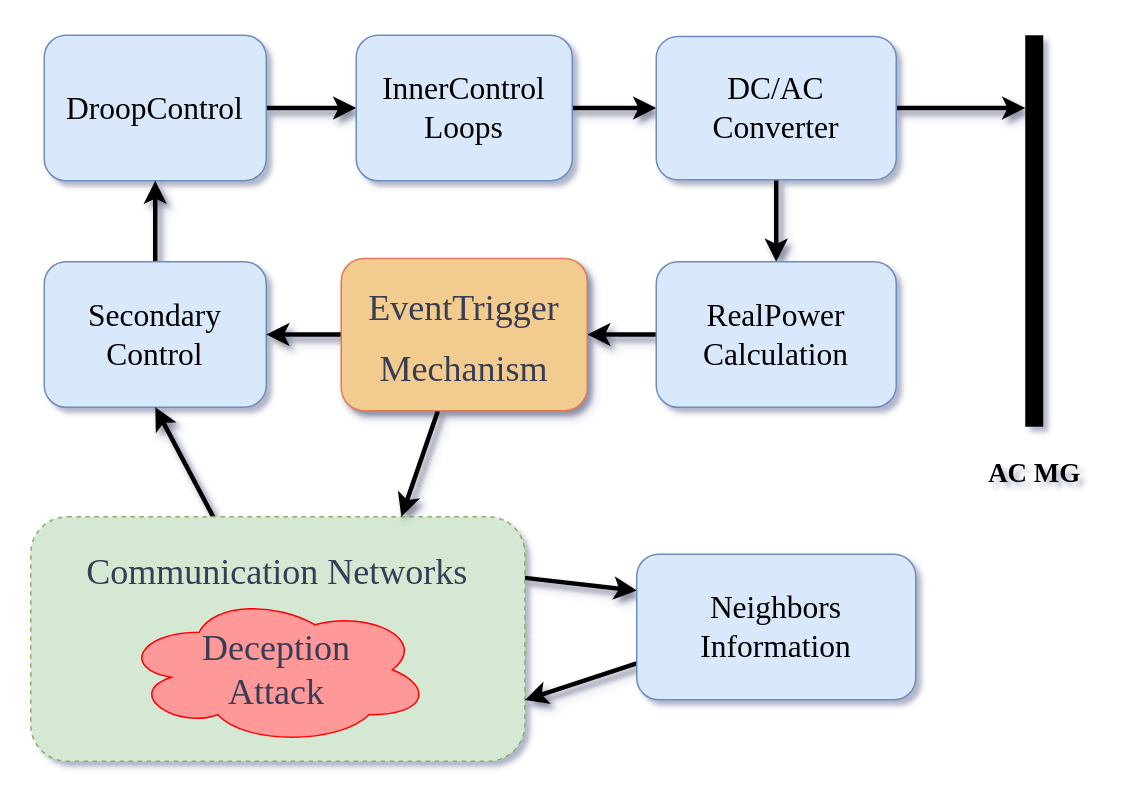
Humom0/diagrams_files keeps this draw.io diagram as MG1.drawio. Above is the earlier version. Source tidied: cells renumbered, new cells numbered last; positions are measured from the earlier drawing's top-left corner, leaving out a move shared by most shapes. Both pictures are drawn from the tidied source at 150%, with x=0, y=0 at pixel (30, 34).
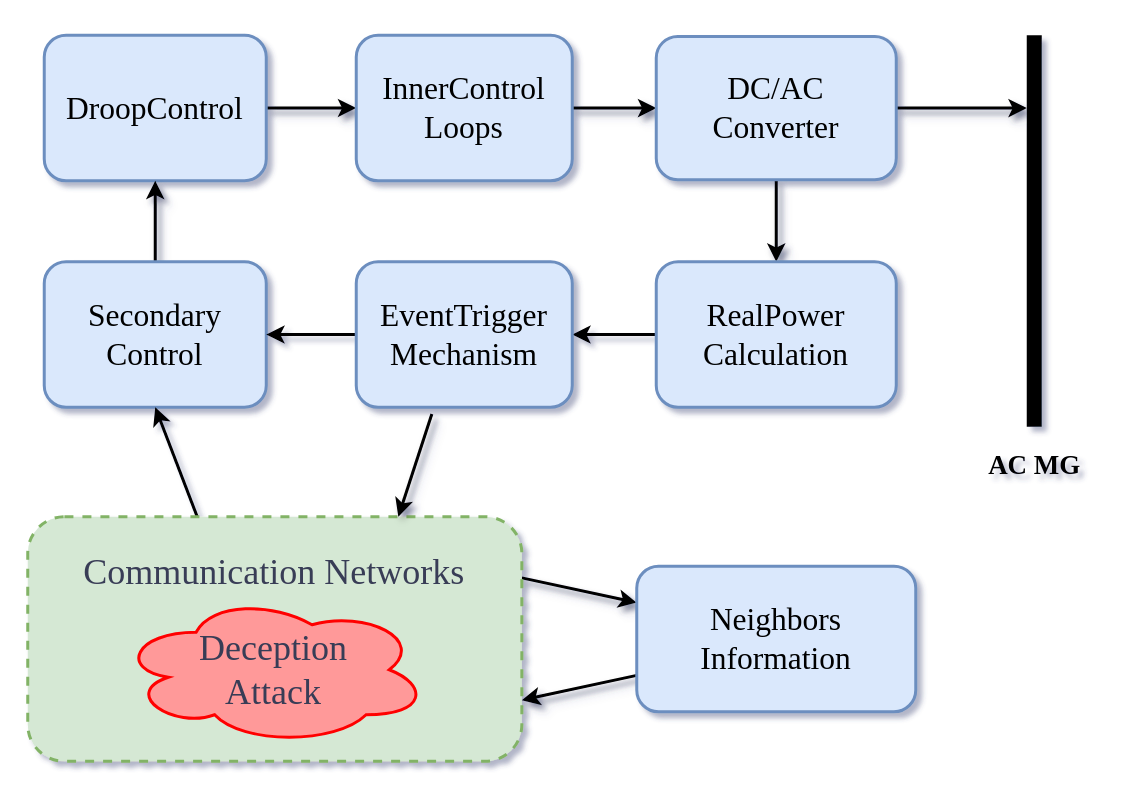
After the change.

Change to the diagram source:
```diff
@@
-    <mxCell id="2" style="edgeStyle=orthogonalEdgeStyle;jettySize=auto;html=1;entryX=0;entryY=0.5;entryDx=0;entryDy=0;strokeWidth=3;rounded=0;shadow=1;sketch=0;" parent="1" edge="1" source="3" target="5">
+    <mxCell id="2" style="edgeStyle=orthogonalEdgeStyle;jettySize=auto;html=1;entryX=0;entryY=0.5;entryDx=0;entryDy=0;strokeWidth=2;rounded=0;shadow=1;sketch=0;" parent="1" edge="1" source="3" target="5">
       <mxGeometry relative="1" as="geometry" />
     </mxCell>
-    <mxCell id="3" value="&lt;font face=&quot;Times New Roman&quot; style=&quot;font-size: 21px&quot;&gt;DroopControl&lt;/font&gt;" style="whiteSpace=wrap;html=1;fillColor=#dae8fc;strokeColor=#6c8ebf;rounded=1;" parent="1" vertex="1">
+    <mxCell id="3" value="&lt;font face=&quot;Times New Roman&quot; style=&quot;font-size: 21px&quot;&gt;DroopControl&lt;/font&gt;" style="whiteSpace=wrap;html=1;fillColor=#dae8fc;strokeColor=#6c8ebf;rounded=1;strokeWidth=2;" parent="1" vertex="1">
       <mxGeometry x="9" width="148" height="97" as="geometry" />
     </mxCell>
-    <mxCell id="4" style="edgeStyle=orthogonalEdgeStyle;rounded=0;sketch=0;jettySize=auto;html=1;entryX=0;entryY=0.5;entryDx=0;entryDy=0;shadow=1;strokeWidth=3;" parent="1" edge="1" source="5" target="8">
+    <mxCell id="4" style="edgeStyle=orthogonalEdgeStyle;rounded=0;sketch=0;jettySize=auto;html=1;entryX=0;entryY=0.5;entryDx=0;entryDy=0;shadow=1;strokeWidth=2;" parent="1" edge="1" source="5" target="8">
       <mxGeometry relative="1" as="geometry" />
     </mxCell>
-    <mxCell id="5" value="&lt;font face=&quot;Times New Roman&quot; style=&quot;font-size: 21px&quot;&gt;InnerControl&lt;br&gt;Loops&lt;/font&gt;" style="whiteSpace=wrap;html=1;fillColor=#dae8fc;strokeColor=#6c8ebf;rounded=1;" parent="1" vertex="1">
+    <mxCell id="5" value="&lt;font face=&quot;Times New Roman&quot; style=&quot;font-size: 21px&quot;&gt;InnerControl&lt;br&gt;Loops&lt;/font&gt;" style="whiteSpace=wrap;html=1;fillColor=#dae8fc;strokeColor=#6c8ebf;rounded=1;strokeWidth=2;" parent="1" vertex="1">
       <mxGeometry x="217" width="144" height="97" as="geometry" />
     </mxCell>
-    <mxCell id="6" style="edgeStyle=orthogonalEdgeStyle;rounded=0;sketch=0;jettySize=auto;html=1;entryX=0.5;entryY=0;entryDx=0;entryDy=0;shadow=1;strokeWidth=3;" parent="1" edge="1" source="8" target="10">
+    <mxCell id="6" style="edgeStyle=orthogonalEdgeStyle;rounded=0;sketch=0;jettySize=auto;html=1;entryX=0.5;entryY=0;entryDx=0;entryDy=0;shadow=1;strokeWidth=2;" parent="1" edge="1" source="8" target="10">
       <mxGeometry relative="1" as="geometry" />
     </mxCell>
-    <mxCell id="7" style="edgeStyle=none;rounded=1;sketch=0;jettySize=auto;html=1;shadow=1;strokeWidth=3;" parent="1" edge="1" source="8" target="13">
+    <mxCell id="7" style="edgeStyle=none;rounded=1;sketch=0;jettySize=auto;html=1;shadow=1;strokeWidth=2;" parent="1" edge="1" source="8" target="13">
       <mxGeometry relative="1" as="geometry" />
     </mxCell>
-    <mxCell id="8" value="&lt;font face=&quot;Times New Roman&quot;&gt;&lt;span style=&quot;font-size: 21px&quot;&gt;DC/AC&lt;br&gt;&lt;/span&gt;&lt;/font&gt;&lt;font style=&quot;font-size: 21px&quot; face=&quot;Times New Roman&quot;&gt;Converter&lt;/font&gt;" style="whiteSpace=wrap;html=1;fillColor=#dae8fc;strokeColor=#6c8ebf;rounded=1;" parent="1" vertex="1">
+    <mxCell id="8" value="&lt;font face=&quot;Times New Roman&quot;&gt;&lt;span style=&quot;font-size: 21px&quot;&gt;DC/AC&lt;br&gt;&lt;/span&gt;&lt;/font&gt;&lt;font style=&quot;font-size: 21px&quot; face=&quot;Times New Roman&quot;&gt;Converter&lt;/font&gt;" style="whiteSpace=wrap;html=1;fillColor=#dae8fc;strokeColor=#6c8ebf;rounded=1;strokeWidth=2;" parent="1" vertex="1">
       <mxGeometry x="417" y="0.8" width="160" height="95.5" as="geometry" />
     </mxCell>
-    <mxCell id="9" style="edgeStyle=none;rounded=1;sketch=0;jettySize=auto;html=1;entryX=1;entryY=0.5;entryDx=0;entryDy=0;shadow=1;strokeWidth=3;" parent="1" edge="1" source="10" target="22">
-      <mxGeometry relative="1" as="geometry" />
-    </mxCell>
+    <mxCell id="25" style="edgeStyle=orthogonalEdgeStyle;curved=1;rounded=0;jettySize=auto;html=1;exitX=0;exitY=0.5;exitDx=0;exitDy=0;entryX=1;entryY=0.5;entryDx=0;entryDy=0;strokeWidth=2;" parent="1" edge="1" source="10" target="27">
+      <mxGeometry relative="1" as="geometry" />
+    </mxCell>
-    <mxCell id="10" value="&lt;font face=&quot;Times New Roman&quot; style=&quot;font-size: 21px&quot;&gt;RealPower&lt;br&gt;Calculation&lt;/font&gt;" style="whiteSpace=wrap;html=1;fillColor=#dae8fc;strokeColor=#6c8ebf;rounded=1;" parent="1" vertex="1">
+    <mxCell id="10" value="&lt;font face=&quot;Times New Roman&quot; style=&quot;font-size: 21px&quot;&gt;RealPower&lt;br&gt;Calculation&lt;/font&gt;" style="whiteSpace=wrap;html=1;fillColor=#dae8fc;strokeColor=#6c8ebf;rounded=1;strokeWidth=2;" parent="1" vertex="1">
       <mxGeometry x="417" y="151" width="160" height="97" as="geometry" />
     </mxCell>
-    <mxCell id="11" style="edgeStyle=orthogonalEdgeStyle;rounded=0;sketch=0;jettySize=auto;html=1;entryX=0.5;entryY=1;entryDx=0;entryDy=0;shadow=1;strokeWidth=3;" parent="1" edge="1" source="12" target="3">
+    <mxCell id="11" style="edgeStyle=orthogonalEdgeStyle;rounded=0;sketch=0;jettySize=auto;html=1;entryX=0.5;entryY=1;entryDx=0;entryDy=0;shadow=1;strokeWidth=2;" parent="1" edge="1" source="12" target="3">
       <mxGeometry relative="1" as="geometry" />
     </mxCell>
-    <mxCell id="12" value="&lt;font face=&quot;Times New Roman&quot; style=&quot;font-size: 21px&quot;&gt;Secondary&lt;br&gt;Control&lt;/font&gt;" style="whiteSpace=wrap;html=1;fillColor=#dae8fc;strokeColor=#6c8ebf;rounded=1;" parent="1" vertex="1">
+    <mxCell id="12" value="&lt;font face=&quot;Times New Roman&quot; style=&quot;font-size: 21px&quot;&gt;Secondary&lt;br&gt;Control&lt;/font&gt;" style="whiteSpace=wrap;html=1;fillColor=#dae8fc;strokeColor=#6c8ebf;rounded=1;strokeWidth=2;" parent="1" vertex="1">
       <mxGeometry x="9" y="151" width="148" height="97" as="geometry" />
     </mxCell>
-    <mxCell id="13" style="line;strokeWidth=12;direction=south;html=1;perimeter=backbonePerimeter;points=[];outlineConnect=0;rounded=1;" parent="1" vertex="1">
+    <mxCell id="13" style="line;strokeWidth=10;direction=south;html=1;perimeter=backbonePerimeter;points=[];outlineConnect=0;rounded=1;" parent="1" vertex="1">
       <mxGeometry x="664" width="10" height="261" as="geometry" />
     </mxCell>
-    <mxCell id="14" value="&lt;font face=&quot;Times New Roman&quot; style=&quot;font-size: 18px&quot;&gt;&lt;b&gt;AC MG&lt;/b&gt;&lt;/font&gt;" style="text;html=1;align=center;verticalAlign=middle;strokeColor=none;" parent="1" vertex="1">
-      <mxGeometry x="633" y="276" width="72" height="32" as="geometry" />
+    <mxCell id="14" value="&lt;font face=&quot;Times New Roman&quot; style=&quot;font-size: 18px&quot;&gt;&lt;b&gt;AC MG&lt;/b&gt;&lt;/font&gt;" style="text;html=1;align=center;verticalAlign=middle;strokeColor=none;strokeWidth=2;" parent="1" vertex="1">
+      <mxGeometry x="633" y="271" width="72" height="32" as="geometry" />
     </mxCell>
+    <mxCell id="16" style="edgeStyle=none;rounded=1;sketch=0;jettySize=auto;html=1;exitX=1;exitY=0.25;exitDx=0;exitDy=0;entryX=0;entryY=0.25;entryDx=0;entryDy=0;shadow=1;strokeWidth=2;" parent="1" edge="1" source="17" target="24">
+      <mxGeometry relative="1" as="geometry" />
+    </mxCell>
-    <mxCell id="15" style="rounded=0;sketch=0;jettySize=auto;html=1;entryX=0.5;entryY=1;entryDx=0;entryDy=0;shadow=1;strokeWidth=3;" parent="1" edge="1" source="17" target="12">
+    <mxCell id="15" style="rounded=0;jettySize=auto;html=1;exitX=0.343;exitY=0;exitDx=0;exitDy=0;entryX=0.5;entryY=1;entryDx=0;entryDy=0;exitPerimeter=0;strokeWidth=2;" parent="1" edge="1" source="17" target="12">
       <mxGeometry relative="1" as="geometry" />
     </mxCell>
-    <mxCell id="16" style="edgeStyle=none;rounded=1;sketch=0;jettySize=auto;html=1;exitX=1;exitY=0.25;exitDx=0;exitDy=0;entryX=0;entryY=0.25;entryDx=0;entryDy=0;shadow=1;strokeWidth=3;" parent="1" edge="1" source="17" target="24">
-      <mxGeometry relative="1" as="geometry" />
-    </mxCell>
-    <mxCell id="17" style="rounded=1;whiteSpace=wrap;html=1;sketch=0;strokeColor=#82b366;dashed=1;fillColor=#d5e8d4;arcSize=15;" parent="1" vertex="1">
-      <mxGeometry y="321" width="329.4" height="163" as="geometry" />
+    <mxCell id="17" style="rounded=1;whiteSpace=wrap;html=1;sketch=0;strokeColor=#82b366;dashed=1;fillColor=#d5e8d4;arcSize=15;strokeWidth=2;" parent="1" vertex="1">
+      <mxGeometry x="-2" y="321" width="329.4" height="163" as="geometry" />
     </mxCell>
-    <mxCell id="18" value="&lt;font style=&quot;font-size: 24px&quot; face=&quot;Times New Roman&quot;&gt;Communication Networks&lt;/font&gt;" style="text;html=1;strokeColor=none;fillColor=none;align=center;verticalAlign=middle;whiteSpace=wrap;rounded=0;sketch=0;fontColor=#393C56;" parent="1" vertex="1">
-      <mxGeometry x="25.4" y="342.5" width="278.5" height="30.5" as="geometry" />
+    <mxCell id="18" value="&lt;font style=&quot;font-size: 24px&quot; face=&quot;Times New Roman&quot;&gt;Communication Networks&lt;/font&gt;" style="text;html=1;strokeColor=none;fillColor=none;align=center;verticalAlign=middle;whiteSpace=wrap;rounded=0;sketch=0;fontColor=#393C56;strokeWidth=2;" parent="1" vertex="1">
+      <mxGeometry x="23.4" y="342.5" width="278.5" height="30.5" as="geometry" />
     </mxCell>
-    <mxCell id="19" value="&lt;font style=&quot;font-size: 24px&quot; face=&quot;Times New Roman&quot;&gt;Deception&lt;br&gt;Attack&lt;/font&gt;" style="ellipse;shape=cloud;whiteSpace=wrap;html=1;rounded=0;sketch=0;fontColor=#393C56;strokeColor=#FF0000;fillColor=#FF9999;verticalAlign=middle;" parent="1" vertex="1">
-      <mxGeometry x="60.7" y="373" width="206.1" height="100" as="geometry" />
+    <mxCell id="19" value="&lt;font style=&quot;font-size: 24px&quot; face=&quot;Times New Roman&quot;&gt;Deception&lt;br&gt;Attack&lt;/font&gt;" style="ellipse;shape=cloud;whiteSpace=wrap;html=1;rounded=0;sketch=0;fontColor=#393C56;strokeColor=#FF0000;fillColor=#FF9999;verticalAlign=middle;strokeWidth=2;" parent="1" vertex="1">
+      <mxGeometry x="58.7" y="373" width="206.1" height="100" as="geometry" />
     </mxCell>
-    <mxCell id="20" style="rounded=1;sketch=0;jettySize=auto;html=1;exitX=0;exitY=0.5;exitDx=0;exitDy=0;entryX=1;entryY=0.5;entryDx=0;entryDy=0;shadow=1;strokeWidth=3;" parent="1" edge="1" source="22" target="12">
-      <mxGeometry relative="1" as="geometry" />
-    </mxCell>
-    <mxCell id="21" style="edgeStyle=none;rounded=1;sketch=0;jettySize=auto;html=1;entryX=0.75;entryY=0;entryDx=0;entryDy=0;shadow=1;strokeWidth=3;" parent="1" edge="1" source="22" target="17">
-      <mxGeometry relative="1" as="geometry" />
+    <mxCell id="21" style="edgeStyle=none;rounded=1;sketch=0;jettySize=auto;html=1;entryX=0.75;entryY=0;entryDx=0;entryDy=0;shadow=1;strokeWidth=2;" parent="1" edge="1" target="17">
+      <mxGeometry relative="1" as="geometry">
+        <mxPoint x="267.4" y="252.5" as="sourcePoint" />
+      </mxGeometry>
     </mxCell>
-    <mxCell id="22" value="&lt;p&gt;&lt;font style=&quot;font-size: 24px&quot; face=&quot;Times New Roman&quot;&gt;Event&lt;/font&gt;&lt;span style=&quot;font-size: 24px ; font-family: &amp;quot;times new roman&amp;quot;&quot;&gt;Trigger&lt;/span&gt;&lt;/p&gt;&lt;font face=&quot;times new roman&quot;&gt;&lt;span style=&quot;font-size: 24px&quot;&gt;Mechanism&lt;/span&gt;&lt;/font&gt;&lt;p&gt;&lt;span style=&quot;font-size: 24px ; font-family: &amp;quot;times new roman&amp;quot;&quot;&gt;&lt;br&gt;&lt;/span&gt;&lt;/p&gt;" style="rounded=1;whiteSpace=wrap;html=1;fillColor=#F2CC8F;strokeColor=#E07A5F;fontColor=#393C56;shadow=1;glass=0;align=center;verticalAlign=top;" parent="1" vertex="1">
-      <mxGeometry x="207" y="148.8" width="164" height="101.5" as="geometry" />
-    </mxCell>
-    <mxCell id="23" style="edgeStyle=none;rounded=1;sketch=0;jettySize=auto;html=1;exitX=0;exitY=0.75;exitDx=0;exitDy=0;entryX=1;entryY=0.75;entryDx=0;entryDy=0;shadow=1;strokeWidth=3;" parent="1" edge="1" source="24" target="17">
+    <mxCell id="23" style="edgeStyle=none;rounded=1;sketch=0;jettySize=auto;html=1;exitX=0;exitY=0.75;exitDx=0;exitDy=0;entryX=1;entryY=0.75;entryDx=0;entryDy=0;shadow=1;strokeWidth=2;" parent="1" edge="1" source="24" target="17">
       <mxGeometry relative="1" as="geometry" />
     </mxCell>
-    <mxCell id="24" value="&lt;font face=&quot;Times New Roman&quot; style=&quot;font-size: 21px&quot;&gt;Neighbors&lt;br&gt;Information&lt;/font&gt;" style="whiteSpace=wrap;html=1;fillColor=#dae8fc;strokeColor=#6c8ebf;rounded=1;" parent="1" vertex="1">
-      <mxGeometry x="404" y="346" width="186" height="97" as="geometry" />
+    <mxCell id="24" value="&lt;font face=&quot;Times New Roman&quot; style=&quot;font-size: 21px&quot;&gt;Neighbors&lt;br&gt;Information&lt;/font&gt;" style="whiteSpace=wrap;html=1;fillColor=#dae8fc;strokeColor=#6c8ebf;rounded=1;strokeWidth=2;" parent="1" vertex="1">
+      <mxGeometry x="404" y="354" width="186" height="97" as="geometry" />
     </mxCell>
+    <mxCell id="26" style="edgeStyle=orthogonalEdgeStyle;curved=1;rounded=0;jettySize=auto;html=1;exitX=0;exitY=0.5;exitDx=0;exitDy=0;entryX=1;entryY=0.5;entryDx=0;entryDy=0;strokeWidth=2;" parent="1" edge="1" source="27" target="12">
+      <mxGeometry relative="1" as="geometry" />
+    </mxCell>
+    <mxCell id="27" value="&lt;font face=&quot;Times New Roman&quot; style=&quot;font-size: 21px&quot;&gt;&lt;span&gt;EventTrigger&lt;br&gt;&lt;/span&gt;Mechanism&lt;/font&gt;" style="whiteSpace=wrap;html=1;fillColor=#dae8fc;strokeColor=#6c8ebf;rounded=1;strokeWidth=2;" parent="1" vertex="1">
+      <mxGeometry x="217" y="151" width="144" height="97" as="geometry" />
+    </mxCell>
```
